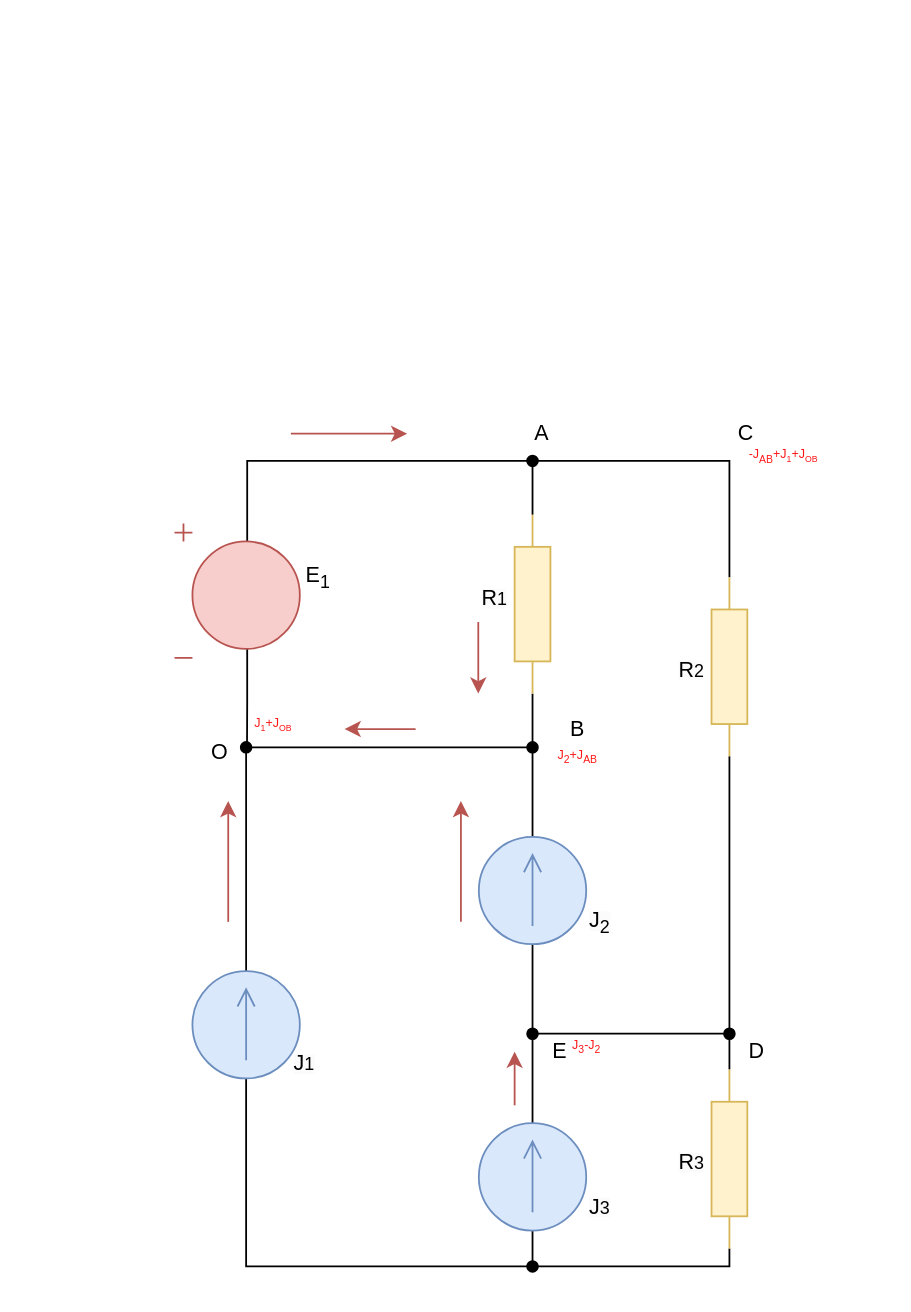
The draw.io diagram page "task_calculations" (3 of 3) of lab1/lab1.drawio in nlrezortiez/eltex_23-24, before the edit. Source tidied: cells renumbered, new cells numbered last; positions are measured from the earlier drawing's top-left corner, leaving out a move shared by most shapes. Both pictures are drawn from the tidied source at 179%, with x=0, y=0 at pixel (30, 30).
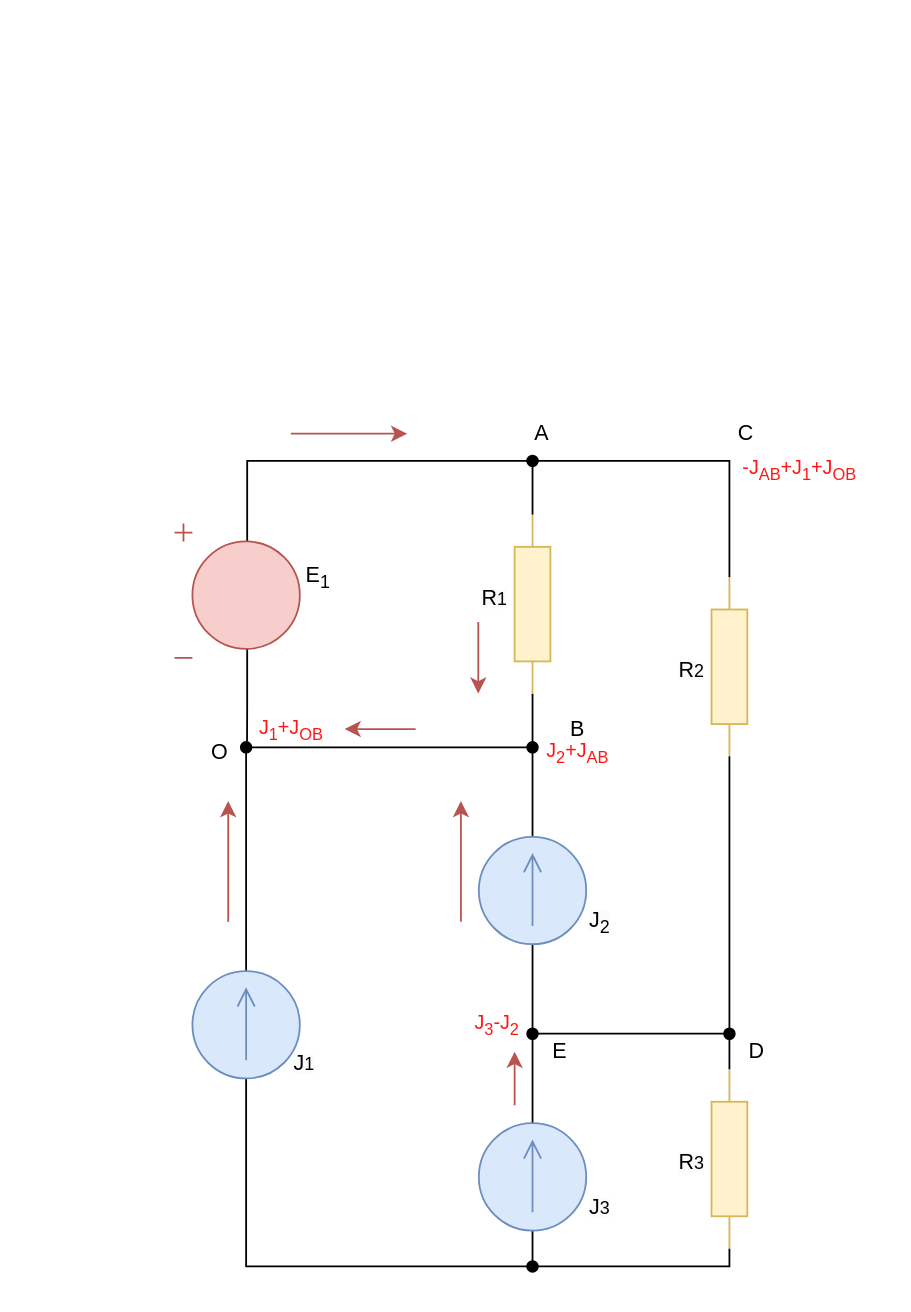
After the change.

The edit, as a diff of the source:
```diff
@@
     <mxCell id="23" value="&lt;sub style=&quot;border-color: var(--border-color); color: rgb(0, 0, 0); font-family: Helvetica; font-style: normal; font-variant-ligatures: normal; font-variant-caps: normal; font-weight: 400; letter-spacing: normal; orphans: 2; text-align: center; text-indent: 0px; text-transform: none; widows: 2; word-spacing: 0px; -webkit-text-stroke-width: 0px; background-color: rgb(251, 251, 251); text-decoration-thickness: initial; text-decoration-style: initial; text-decoration-color: initial;&quot;&gt;&lt;span style=&quot;font-size: 12px;&quot;&gt;J&lt;sub&gt;2&lt;/sub&gt;&lt;/span&gt;&lt;/sub&gt;" style="text;whiteSpace=wrap;html=1;" parent="1" vertex="1">
-      <mxGeometry x="310" y="480" width="50" height="40" as="geometry" />
+      <mxGeometry x="310" y="480" width="20" height="30" as="geometry" />
     </mxCell>
@@
-    <mxCell id="39" value="&lt;font color=&quot;#ff1717&quot; style=&quot;font-size: 7px;&quot;&gt;J&lt;sub&gt;3&lt;/sub&gt;-J&lt;sub&gt;2&lt;/sub&gt;&lt;/font&gt;" style="text;html=1;align=center;verticalAlign=middle;strokeColor=none;fillColor=none;rotation=0;" parent="1" vertex="1">
-      <mxGeometry x="290" y="550" width="40" height="30" as="geometry" />
+    <mxCell id="39" value="&lt;font color=&quot;#ff1717&quot; style=&quot;font-size: 11px;&quot;&gt;J&lt;sub&gt;3&lt;/sub&gt;-J&lt;sub&gt;2&lt;/sub&gt;&lt;/font&gt;" style="text;html=1;align=center;verticalAlign=middle;strokeColor=none;fillColor=none;rotation=0;" parent="1" vertex="1">
+      <mxGeometry x="235" y="540" width="50" height="30" as="geometry" />
     </mxCell>
-    <mxCell id="40" value="&lt;font color=&quot;#ff1717&quot; style=&quot;font-size: 7px;&quot;&gt;J&lt;sub&gt;2&lt;/sub&gt;+J&lt;sub&gt;AB&lt;/sub&gt;&lt;/font&gt;" style="text;html=1;align=center;verticalAlign=middle;strokeColor=none;fillColor=none;rotation=0;" parent="1" vertex="1">
-      <mxGeometry x="280" y="388" width="50" height="30" as="geometry" />
+    <mxCell id="40" value="&lt;font color=&quot;#ff1717&quot; style=&quot;font-size: 11px;&quot;&gt;J&lt;sub&gt;2&lt;/sub&gt;+J&lt;sub&gt;AB&lt;/sub&gt;&lt;/font&gt;" style="text;html=1;align=center;verticalAlign=middle;strokeColor=none;fillColor=none;rotation=0;" parent="1" vertex="1">
+      <mxGeometry x="275" y="388" width="60" height="30" as="geometry" />
     </mxCell>
@@
-    <mxCell id="43" value="&lt;font color=&quot;#ff1717&quot; style=&quot;font-size: 7px;&quot;&gt;J&lt;/font&gt;&lt;font color=&quot;#ff1717&quot; style=&quot;&quot;&gt;&lt;span style=&quot;font-size: 5.83333px;&quot;&gt;&lt;sub&gt;1&lt;/sub&gt;&lt;/span&gt;&lt;span style=&quot;font-size: 7px;&quot;&gt;+J&lt;/span&gt;&lt;/font&gt;&lt;font color=&quot;#ff1717&quot; style=&quot;font-size: 5.83333px;&quot;&gt;&lt;sub&gt;OB&lt;/sub&gt;&lt;/font&gt;" style="text;html=1;align=center;verticalAlign=middle;strokeColor=none;fillColor=none;rotation=0;" parent="1" vertex="1">
-      <mxGeometry x="115" y="370" width="40" height="30" as="geometry" />
+    <mxCell id="43" value="&lt;font style=&quot;font-size: 11px;&quot;&gt;&lt;font color=&quot;#ff1717&quot; style=&quot;font-size: 11px;&quot;&gt;J&lt;/font&gt;&lt;font color=&quot;#ff1717&quot; style=&quot;font-size: 11px;&quot;&gt;&lt;sub&gt;1&lt;/sub&gt;+J&lt;/font&gt;&lt;font color=&quot;#ff1717&quot; style=&quot;font-size: 11px;&quot;&gt;&lt;sub style=&quot;&quot;&gt;OB&lt;/sub&gt;&lt;/font&gt;&lt;/font&gt;" style="text;html=1;align=center;verticalAlign=middle;strokeColor=none;fillColor=none;rotation=0;" parent="1" vertex="1">
+      <mxGeometry x="115" y="375" width="60" height="30" as="geometry" />
     </mxCell>
-    <mxCell id="44" value="&lt;font color=&quot;#ff1717&quot; style=&quot;font-size: 7px;&quot;&gt;-J&lt;sub&gt;AB&lt;/sub&gt;+J&lt;/font&gt;&lt;font color=&quot;#ff1717&quot; style=&quot;&quot;&gt;&lt;span style=&quot;font-size: 5.83333px;&quot;&gt;&lt;sub&gt;1&lt;/sub&gt;&lt;/span&gt;&lt;span style=&quot;font-size: 7px;&quot;&gt;+J&lt;/span&gt;&lt;/font&gt;&lt;font color=&quot;#ff1717&quot; style=&quot;font-size: 5.83333px;&quot;&gt;&lt;sub&gt;OB&lt;/sub&gt;&lt;/font&gt;" style="text;html=1;align=center;verticalAlign=middle;strokeColor=none;fillColor=none;rotation=0;" parent="1" vertex="1">
-      <mxGeometry x="390" y="220" width="60" height="30" as="geometry" />
+    <mxCell id="44" value="&lt;font style=&quot;font-size: 11px;&quot;&gt;&lt;font color=&quot;#ff1717&quot; style=&quot;font-size: 11px;&quot;&gt;-J&lt;sub style=&quot;&quot;&gt;AB&lt;/sub&gt;+J&lt;/font&gt;&lt;font color=&quot;#ff1717&quot; style=&quot;font-size: 11px;&quot;&gt;&lt;sub&gt;1&lt;/sub&gt;+J&lt;/font&gt;&lt;font color=&quot;#ff1717&quot; style=&quot;font-size: 11px;&quot;&gt;&lt;sub style=&quot;&quot;&gt;OB&lt;/sub&gt;&lt;/font&gt;&lt;/font&gt;" style="text;html=1;align=center;verticalAlign=middle;strokeColor=none;fillColor=none;rotation=0;" parent="1" vertex="1">
+      <mxGeometry x="384" y="230" width="90" height="30" as="geometry" />
     </mxCell>
```
